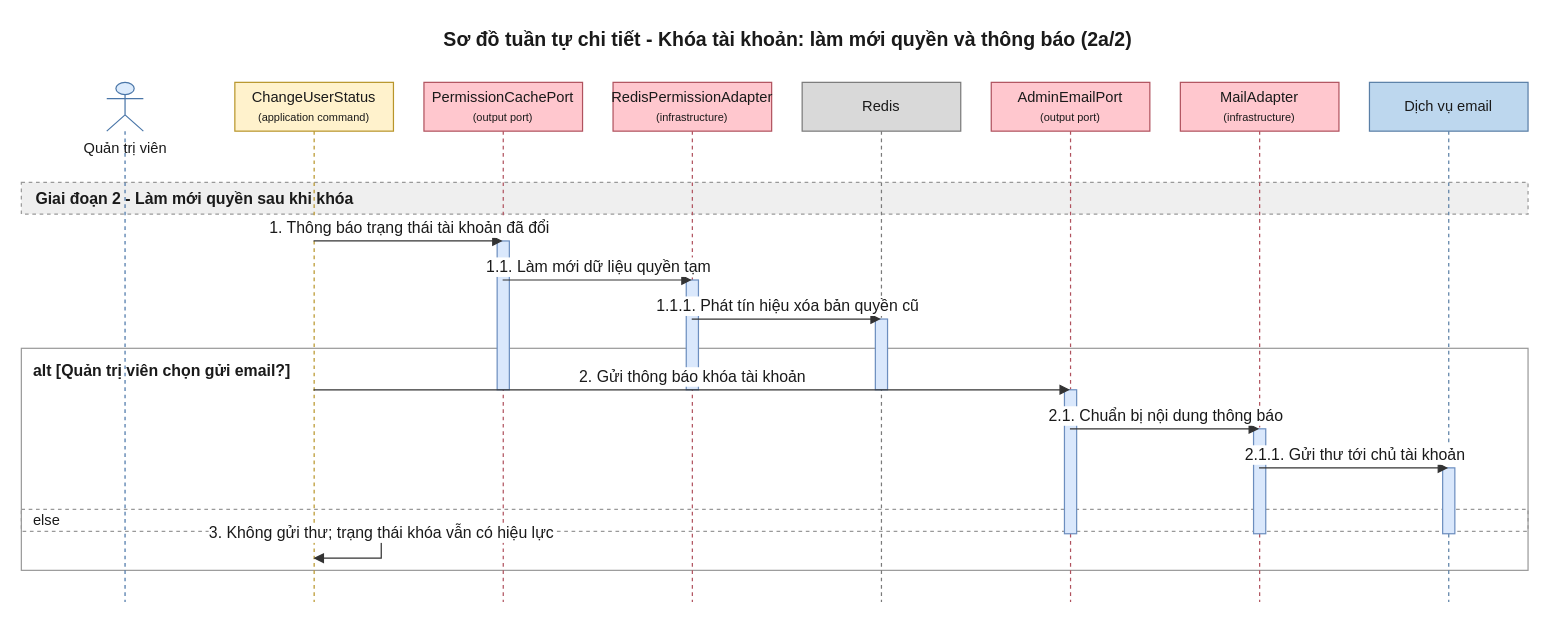
The draw.io diagram 08-diagram/sequence/admin/sequence_admin_khoa_mo_khoa_tai_khoan_p2.drawio in daiphu1801/PRJ_ALGOPREP, before the edit. Source tidied: cells renumbered, new cells numbered last; positions are measured from the earlier drawing's top-left corner, leaving out a move shared by most shapes. Both pictures are drawn from the tidied source at 122%, with x=0, y=0 at pixel (21, 21).
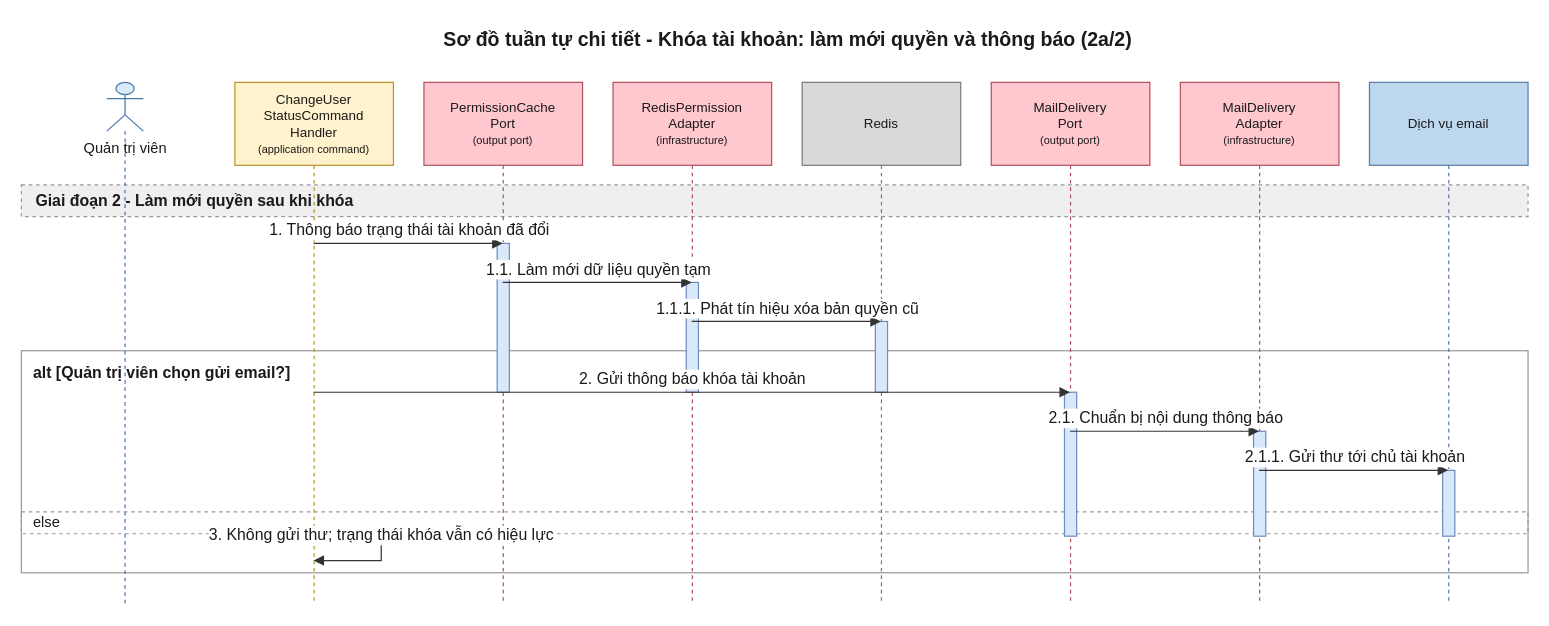
Above is the later version.

Change to the diagram source:
```diff
@@
     <mxCell id="3" value="alt [Quản trị viên chọn gửi email?]" style="algoprep=alt;rounded=0;whiteSpace=wrap;html=1;fillColor=none;strokeColor=#999999;verticalAlign=top;align=left;spacingLeft=8;spacingTop=4;fontColor=#1A1A1A;fontSize=13;fontStyle=1;dashed=0;" parent="1" vertex="1">
-      <mxGeometry y="268" width="1235" height="182" as="geometry" />
+      <mxGeometry y="270" width="1235" height="182" as="geometry" />
     </mxCell>
     <mxCell id="4" value="else" style="text;html=1;dashed=1;strokeColor=#999999;fillColor=none;align=left;verticalAlign=middle;spacingLeft=8;fontColor=#1A1A1A;fontSize=12;" parent="1" vertex="1">
-      <mxGeometry y="400" width="1235" height="18" as="geometry" />
+      <mxGeometry y="402" width="1235" height="18" as="geometry" />
     </mxCell>
     <mxCell id="5" value="Giai đoạn 2 - Làm mới quyền sau khi khóa" style="algoprep=phase;rounded=0;whiteSpace=wrap;html=1;fillColor=#EFEFEF;strokeColor=#999999;dashed=1;align=left;verticalAlign=middle;spacingLeft=10;fontColor=#1A1A1A;fontSize=13;fontStyle=1;" parent="1" vertex="1">
-      <mxGeometry y="132" width="1235" height="26" as="geometry" />
+      <mxGeometry y="134" width="1235" height="26" as="geometry" />
     </mxCell>
     <mxCell id="6" value="Quản trị viên" style="shape=umlLifeline;participant=umlActor;perimeter=lifelinePerimeter;html=1;size=40;verticalAlign=top;spacingTop=40;fillColor=#DCEBFC;strokeColor=#4A76A8;fontColor=#1A1A1A;" parent="1" vertex="1">
-      <mxGeometry x="70" y="50" width="30" height="426" as="geometry" />
+      <mxGeometry x="70" y="50" width="30" height="428" as="geometry" />
     </mxCell>
-    <mxCell id="7" value="ChangeUserStatus&lt;br&gt;&lt;font style=&quot;font-size:9px&quot;&gt;(application command)&lt;/font&gt;" style="shape=umlLifeline;perimeter=lifelinePerimeter;whiteSpace=wrap;html=1;outlineConnect=0;size=40;fillColor=#FFF2CC;strokeColor=#B8952A;fontColor=#1A1A1A;" parent="1" vertex="1">
-      <mxGeometry x="175" y="50" width="130" height="426" as="geometry" />
+    <mxCell id="7" value="ChangeUser&lt;br&gt;StatusCommand&lt;br&gt;Handler&lt;br&gt;&lt;font style=&quot;font-size:9px&quot;&gt;(application command)&lt;/font&gt;" style="shape=umlLifeline;perimeter=lifelinePerimeter;whiteSpace=wrap;html=1;outlineConnect=0;size=68;fontSize=11;fillColor=#FFF2CC;strokeColor=#B8952A;fontColor=#1A1A1A;" parent="1" vertex="1">
+      <mxGeometry x="175" y="50" width="130" height="428" as="geometry" />
     </mxCell>
-    <mxCell id="8" value="PermissionCachePort&lt;br&gt;&lt;font style=&quot;font-size:9px&quot;&gt;(output port)&lt;/font&gt;" style="shape=umlLifeline;perimeter=lifelinePerimeter;whiteSpace=wrap;html=1;outlineConnect=0;size=40;fillColor=#FFC7CE;strokeColor=#B0525E;fontColor=#1A1A1A;" parent="1" vertex="1">
-      <mxGeometry x="330" y="50" width="130" height="426" as="geometry" />
+    <mxCell id="8" value="PermissionCache&lt;br&gt;Port&lt;br&gt;&lt;font style=&quot;font-size:9px&quot;&gt;(output port)&lt;/font&gt;" style="shape=umlLifeline;perimeter=lifelinePerimeter;whiteSpace=wrap;html=1;outlineConnect=0;size=68;fontSize=11;fillColor=#FFC7CE;strokeColor=#B0525E;fontColor=#1A1A1A;" parent="1" vertex="1">
+      <mxGeometry x="330" y="50" width="130" height="428" as="geometry" />
     </mxCell>
-    <mxCell id="9" value="RedisPermissionAdapter&lt;br&gt;&lt;font style=&quot;font-size:9px&quot;&gt;(infrastructure)&lt;/font&gt;" style="shape=umlLifeline;perimeter=lifelinePerimeter;whiteSpace=wrap;html=1;outlineConnect=0;size=40;fillColor=#FFC7CE;strokeColor=#B0525E;fontColor=#1A1A1A;" parent="1" vertex="1">
-      <mxGeometry x="485" y="50" width="130" height="426" as="geometry" />
+    <mxCell id="9" value="RedisPermission&lt;br&gt;Adapter&lt;br&gt;&lt;font style=&quot;font-size:9px&quot;&gt;(infrastructure)&lt;/font&gt;" style="shape=umlLifeline;perimeter=lifelinePerimeter;whiteSpace=wrap;html=1;outlineConnect=0;size=68;fontSize=11;fillColor=#FFC7CE;strokeColor=#B0525E;fontColor=#1A1A1A;" parent="1" vertex="1">
+      <mxGeometry x="485" y="50" width="130" height="428" as="geometry" />
     </mxCell>
-    <mxCell id="10" value="Redis" style="shape=umlLifeline;perimeter=lifelinePerimeter;whiteSpace=wrap;html=1;outlineConnect=0;size=40;fillColor=#D9D9D9;strokeColor=#7A7A7A;fontColor=#1A1A1A;" parent="1" vertex="1">
-      <mxGeometry x="640" y="50" width="130" height="426" as="geometry" />
+    <mxCell id="10" value="Redis" style="shape=umlLifeline;perimeter=lifelinePerimeter;whiteSpace=wrap;html=1;outlineConnect=0;size=68;fontSize=11;fillColor=#D9D9D9;strokeColor=#7A7A7A;fontColor=#1A1A1A;" parent="1" vertex="1">
+      <mxGeometry x="640" y="50" width="130" height="428" as="geometry" />
     </mxCell>
-    <mxCell id="11" value="AdminEmailPort&lt;br&gt;&lt;font style=&quot;font-size:9px&quot;&gt;(output port)&lt;/font&gt;" style="shape=umlLifeline;perimeter=lifelinePerimeter;whiteSpace=wrap;html=1;outlineConnect=0;size=40;fillColor=#FFC7CE;strokeColor=#B0525E;fontColor=#1A1A1A;" parent="1" vertex="1">
-      <mxGeometry x="795" y="50" width="130" height="426" as="geometry" />
+    <mxCell id="11" value="MailDelivery&lt;br&gt;Port&lt;br&gt;&lt;font style=&quot;font-size:9px&quot;&gt;(output port)&lt;/font&gt;" style="shape=umlLifeline;perimeter=lifelinePerimeter;whiteSpace=wrap;html=1;outlineConnect=0;size=68;fontSize=11;fillColor=#FFC7CE;strokeColor=#B0525E;fontColor=#1A1A1A;" parent="1" vertex="1">
+      <mxGeometry x="795" y="50" width="130" height="428" as="geometry" />
     </mxCell>
-    <mxCell id="12" value="MailAdapter&lt;br&gt;&lt;font style=&quot;font-size:9px&quot;&gt;(infrastructure)&lt;/font&gt;" style="shape=umlLifeline;perimeter=lifelinePerimeter;whiteSpace=wrap;html=1;outlineConnect=0;size=40;fillColor=#FFC7CE;strokeColor=#B0525E;fontColor=#1A1A1A;" parent="1" vertex="1">
-      <mxGeometry x="950" y="50" width="130" height="426" as="geometry" />
+    <mxCell id="12" value="MailDelivery&lt;br&gt;Adapter&lt;br&gt;&lt;font style=&quot;font-size:9px&quot;&gt;(infrastructure)&lt;/font&gt;" style="shape=umlLifeline;perimeter=lifelinePerimeter;whiteSpace=wrap;html=1;outlineConnect=0;size=68;fontSize=11;fillColor=#FFC7CE;strokeColor=#B0525E;fontColor=#1A1A1A;" parent="1" vertex="1">
+      <mxGeometry x="950" y="50" width="130" height="428" as="geometry" />
     </mxCell>
-    <mxCell id="13" value="Dịch vụ email" style="shape=umlLifeline;perimeter=lifelinePerimeter;whiteSpace=wrap;html=1;outlineConnect=0;size=40;fillColor=#BDD7EE;strokeColor=#5A7FA6;fontColor=#1A1A1A;" parent="1" vertex="1">
-      <mxGeometry x="1105" y="50" width="130" height="426" as="geometry" />
+    <mxCell id="13" value="Dịch vụ email" style="shape=umlLifeline;perimeter=lifelinePerimeter;whiteSpace=wrap;html=1;outlineConnect=0;size=68;fontSize=11;fillColor=#BDD7EE;strokeColor=#5A7FA6;fontColor=#1A1A1A;" parent="1" vertex="1">
+      <mxGeometry x="1105" y="50" width="130" height="428" as="geometry" />
     </mxCell>
     <mxCell id="14" style="html=1;perimeter=orthogonalPerimeter;targetShapes=umlLifeline;fillColor=#DAE8FC;strokeColor=#6C8EBF;" parent="10" vertex="1">
-      <mxGeometry x="60" y="194" width="10" height="58" as="geometry" />
+      <mxGeometry x="60" y="196" width="10" height="58" as="geometry" />
     </mxCell>
     <mxCell id="15" style="html=1;perimeter=orthogonalPerimeter;targetShapes=umlLifeline;fillColor=#DAE8FC;strokeColor=#6C8EBF;" parent="9" vertex="1">
-      <mxGeometry x="60" y="162" width="10" height="90" as="geometry" />
+      <mxGeometry x="60" y="164" width="10" height="90" as="geometry" />
     </mxCell>
     <mxCell id="16" style="html=1;perimeter=orthogonalPerimeter;targetShapes=umlLifeline;fillColor=#DAE8FC;strokeColor=#6C8EBF;" parent="8" vertex="1">
-      <mxGeometry x="60" y="130" width="10" height="122" as="geometry" />
+      <mxGeometry x="60" y="132" width="10" height="122" as="geometry" />
     </mxCell>
     <mxCell id="17" style="html=1;perimeter=orthogonalPerimeter;targetShapes=umlLifeline;fillColor=#DAE8FC;strokeColor=#6C8EBF;" parent="13" vertex="1">
-      <mxGeometry x="60" y="316" width="10" height="54" as="geometry" />
+      <mxGeometry x="60" y="318" width="10" height="54" as="geometry" />
     </mxCell>
     <mxCell id="18" style="html=1;perimeter=orthogonalPerimeter;targetShapes=umlLifeline;fillColor=#DAE8FC;strokeColor=#6C8EBF;" parent="12" vertex="1">
-      <mxGeometry x="60" y="284" width="10" height="86" as="geometry" />
+      <mxGeometry x="60" y="286" width="10" height="86" as="geometry" />
     </mxCell>
     <mxCell id="19" style="html=1;perimeter=orthogonalPerimeter;targetShapes=umlLifeline;fillColor=#DAE8FC;strokeColor=#6C8EBF;" parent="11" vertex="1">
-      <mxGeometry x="60" y="252" width="10" height="118" as="geometry" />
+      <mxGeometry x="60" y="254" width="10" height="118" as="geometry" />
     </mxCell>
-    <mxCell id="20" value="1. Thông báo trạng thái tài khoản đã đổi" style="edgeStyle=none;html=1;endArrow=block;endFill=1;strokeColor=#333333;fontColor=#1A1A1A;fontSize=13;verticalAlign=bottom;exitX=0.5;exitY=0.3052;exitDx=0;exitDy=0;entryX=0.5;entryY=0.3052;entryDx=0;entryDy=0;" parent="1" edge="1" source="7" target="8">
+    <mxCell id="20" value="1. Thông báo trạng thái tài khoản đã đổi" style="edgeStyle=none;html=1;endArrow=block;endFill=1;strokeColor=#333333;fontColor=#1A1A1A;fontSize=13;verticalAlign=bottom;exitX=0.5;exitY=0.3084;exitDx=0;exitDy=0;entryX=0.5;entryY=0.3084;entryDx=0;entryDy=0;" parent="1" edge="1" source="7" target="8">
       <mxGeometry relative="1" as="geometry" />
     </mxCell>
-    <mxCell id="21" value="1.1. Làm mới dữ liệu quyền tạm" style="edgeStyle=none;html=1;endArrow=block;endFill=1;strokeColor=#333333;fontColor=#1A1A1A;fontSize=13;verticalAlign=bottom;exitX=0.5;exitY=0.3803;exitDx=0;exitDy=0;entryX=0.5;entryY=0.3803;entryDx=0;entryDy=0;" parent="1" edge="1" source="8" target="9">
+    <mxCell id="21" value="1.1. Làm mới dữ liệu quyền tạm" style="edgeStyle=none;html=1;endArrow=block;endFill=1;strokeColor=#333333;fontColor=#1A1A1A;fontSize=13;verticalAlign=bottom;exitX=0.5;exitY=0.3832;exitDx=0;exitDy=0;entryX=0.5;entryY=0.3832;entryDx=0;entryDy=0;" parent="1" edge="1" source="8" target="9">
       <mxGeometry relative="1" as="geometry" />
     </mxCell>
-    <mxCell id="22" value="1.1.1. Phát tín hiệu xóa bản quyền cũ" style="edgeStyle=none;html=1;endArrow=block;endFill=1;strokeColor=#333333;fontColor=#1A1A1A;fontSize=13;verticalAlign=bottom;exitX=0.5;exitY=0.4554;exitDx=0;exitDy=0;entryX=0.5;entryY=0.4554;entryDx=0;entryDy=0;" parent="1" edge="1" source="9" target="10">
+    <mxCell id="22" value="1.1.1. Phát tín hiệu xóa bản quyền cũ" style="edgeStyle=none;html=1;endArrow=block;endFill=1;strokeColor=#333333;fontColor=#1A1A1A;fontSize=13;verticalAlign=bottom;exitX=0.5;exitY=0.4579;exitDx=0;exitDy=0;entryX=0.5;entryY=0.4579;entryDx=0;entryDy=0;" parent="1" edge="1" source="9" target="10">
       <mxGeometry relative="1" as="geometry" />
     </mxCell>
-    <mxCell id="23" value="2. Gửi thông báo khóa tài khoản" style="edgeStyle=none;html=1;endArrow=block;endFill=1;strokeColor=#333333;fontColor=#1A1A1A;fontSize=13;verticalAlign=bottom;exitX=0.5;exitY=0.5915;exitDx=0;exitDy=0;entryX=0.5;entryY=0.5915;entryDx=0;entryDy=0;" parent="1" edge="1" source="7" target="11">
+    <mxCell id="23" value="2. Gửi thông báo khóa tài khoản" style="edgeStyle=none;html=1;endArrow=block;endFill=1;strokeColor=#333333;fontColor=#1A1A1A;fontSize=13;verticalAlign=bottom;exitX=0.5;exitY=0.5935;exitDx=0;exitDy=0;entryX=0.5;entryY=0.5935;entryDx=0;entryDy=0;" parent="1" edge="1" source="7" target="11">
       <mxGeometry relative="1" as="geometry" />
     </mxCell>
-    <mxCell id="24" value="2.1. Chuẩn bị nội dung thông báo" style="edgeStyle=none;html=1;endArrow=block;endFill=1;strokeColor=#333333;fontColor=#1A1A1A;fontSize=13;verticalAlign=bottom;exitX=0.5;exitY=0.6667;exitDx=0;exitDy=0;entryX=0.5;entryY=0.6667;entryDx=0;entryDy=0;" parent="1" edge="1" source="11" target="12">
+    <mxCell id="24" value="2.1. Chuẩn bị nội dung thông báo" style="edgeStyle=none;html=1;endArrow=block;endFill=1;strokeColor=#333333;fontColor=#1A1A1A;fontSize=13;verticalAlign=bottom;exitX=0.5;exitY=0.6682;exitDx=0;exitDy=0;entryX=0.5;entryY=0.6682;entryDx=0;entryDy=0;" parent="1" edge="1" source="11" target="12">
       <mxGeometry relative="1" as="geometry" />
     </mxCell>
-    <mxCell id="25" value="2.1.1. Gửi thư tới chủ tài khoản" style="edgeStyle=none;html=1;endArrow=block;endFill=1;strokeColor=#333333;fontColor=#1A1A1A;fontSize=13;verticalAlign=bottom;exitX=0.5;exitY=0.7418;exitDx=0;exitDy=0;entryX=0.5;entryY=0.7418;entryDx=0;entryDy=0;" parent="1" edge="1" source="12" target="13">
+    <mxCell id="25" value="2.1.1. Gửi thư tới chủ tài khoản" style="edgeStyle=none;html=1;endArrow=block;endFill=1;strokeColor=#333333;fontColor=#1A1A1A;fontSize=13;verticalAlign=bottom;exitX=0.5;exitY=0.7430;exitDx=0;exitDy=0;entryX=0.5;entryY=0.7430;entryDx=0;entryDy=0;" parent="1" edge="1" source="12" target="13">
       <mxGeometry relative="1" as="geometry" />
     </mxCell>
-    <mxCell id="26" value="3. Không gửi thư; trạng thái khóa vẫn có hiệu lực" style="edgeStyle=orthogonalEdgeStyle;rounded=0;html=1;endArrow=block;endFill=1;strokeColor=#333333;fontColor=#1A1A1A;fontSize=13;verticalAlign=bottom;exitX=0.5;exitY=0.8685;exitDx=0;exitDy=0;entryX=0.5;entryY=0.9155;entryDx=0;entryDy=0;" parent="1" edge="1" source="7" target="7">
+    <mxCell id="26" value="3. Không gửi thư; trạng thái khóa vẫn có hiệu lực" style="edgeStyle=orthogonalEdgeStyle;rounded=0;html=1;endArrow=block;endFill=1;strokeColor=#333333;fontColor=#1A1A1A;fontSize=13;verticalAlign=bottom;exitX=0.5;exitY=0.8692;exitDx=0;exitDy=0;entryX=0.5;entryY=0.9159;entryDx=0;entryDy=0;" parent="1" edge="1" source="7" target="7">
       <mxGeometry relative="1" as="geometry">
         <Array as="points">
-          <mxPoint x="295" y="420" />
-          <mxPoint x="295" y="440" />
+          <mxPoint x="295" y="422" />
+          <mxPoint x="295" y="442" />
         </Array>
       </mxGeometry>
     </mxCell>
```
